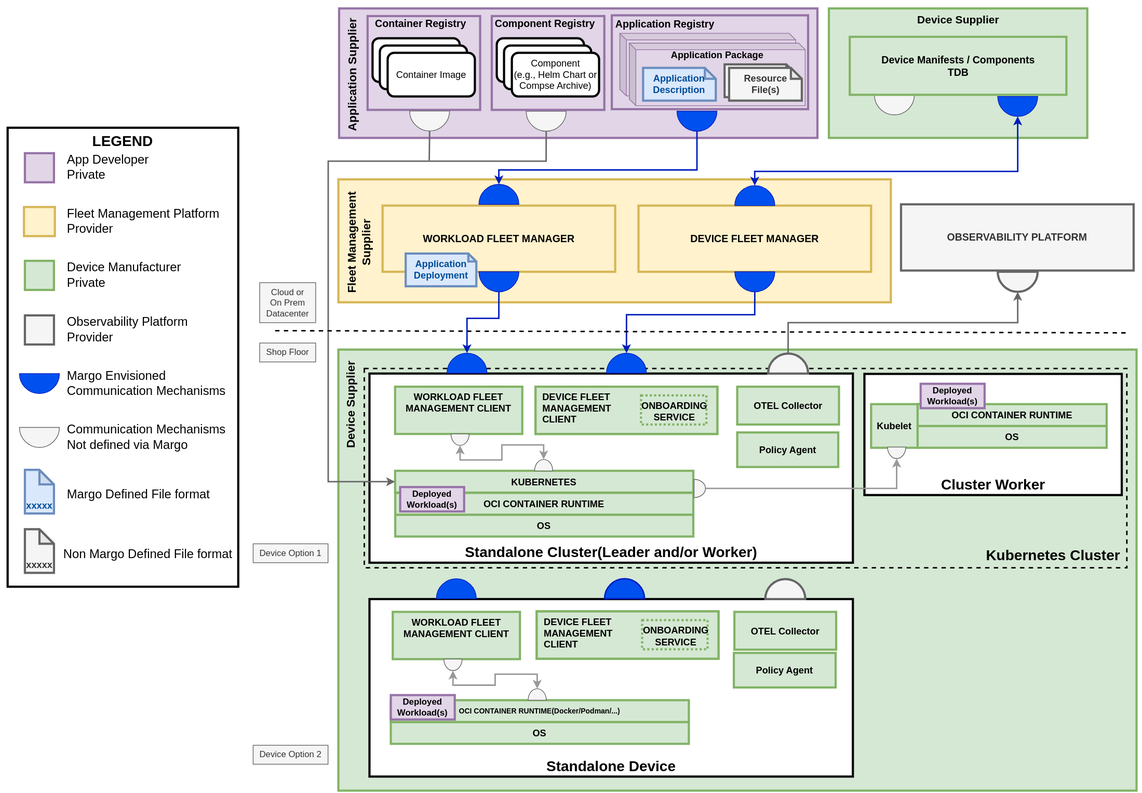
This is system-design/figures/System-design.drawio.svg from margo/general_website_content, a draw.io export, as it was before one commit. Source tidied: cells renumbered, new cells last; positions are measured from the earlier drawing's top-left corner, leaving out a move shared by most shapes.
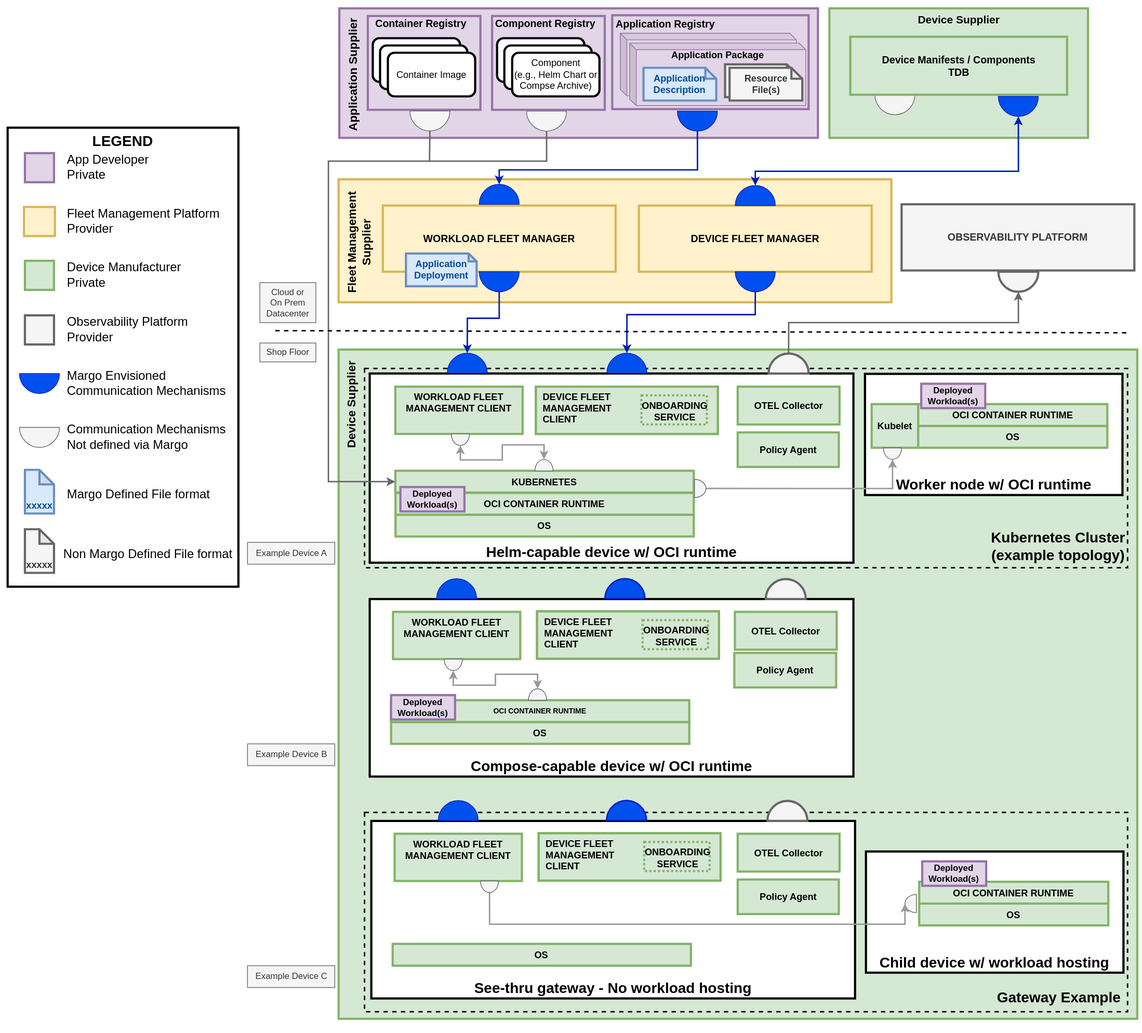
Above is the later version.

Commit message:
Initial creation of content to remove device roles and replace with device capabilities.

What changed in the source:
```diff
@@ -3,13 +3,13 @@
     <mxCell id="0" />
     <mxCell id="1" parent="0" />
     <mxCell id="2" style="rounded=0;whiteSpace=wrap;html=1;strokeColor=none;" parent="1" vertex="1">
-      <mxGeometry width="1570" height="1090" as="geometry" />
+      <mxGeometry width="1570" height="1420" as="geometry" />
     </mxCell>
     <mxCell id="3" style="rounded=0;whiteSpace=wrap;html=1;fillColor=#fff2cc;strokeColor=#d6b656;strokeWidth=3;" parent="1" vertex="1">
       <mxGeometry x="465" y="246" width="760" height="169" as="geometry" />
     </mxCell>
     <mxCell id="4" style="rounded=0;whiteSpace=wrap;html=1;fillColor=#d5e8d4;strokeColor=#82b366;strokeWidth=3;" parent="1" vertex="1">
-      <mxGeometry x="465" y="480" width="1098" height="606.4" as="geometry" />
+      <mxGeometry x="465" y="480" width="1098" height="920" as="geometry" />
     </mxCell>
     <mxCell id="5" style="whiteSpace=wrap;align=center;verticalAlign=top;fontStyle=1;strokeWidth=3;fillColor=#e1d5e7;strokeColor=#9673a6;fontSize=15;rounded=0;fontFamily=Helvetica;" parent="1" vertex="1">
       <mxGeometry x="466" y="11" width="658" height="178" as="geometry" />
@@ -20,7 +20,7 @@
     <mxCell id="7" style="rounded=0;whiteSpace=wrap;html=1;fillColor=none;dashed=1;strokeWidth=2;fontStyle=0;" parent="1" vertex="1">
       <mxGeometry x="500.7" y="506" width="1049" height="274" as="geometry" />
     </mxCell>
-    <mxCell id="8" value="Standalone Cluster(Leader and/or Worker)" style="whiteSpace=wrap;align=center;verticalAlign=bottom;fontStyle=1;strokeWidth=3;fontSize=20;rounded=0;fontFamily=Helvetica;" parent="1" vertex="1">
+    <mxCell id="8" value="Helm-capable device w/ OCI runtime" style="whiteSpace=wrap;align=center;verticalAlign=bottom;fontStyle=1;strokeWidth=3;fontSize=20;rounded=0;fontFamily=Helvetica;" parent="1" vertex="1">
       <mxGeometry x="507.8" y="512.9" width="665" height="260.1" as="geometry" />
     </mxCell>
     <mxCell id="9" style="edgeStyle=orthogonalEdgeStyle;rounded=0;jettySize=auto;html=1;exitX=0.5;exitY=1;exitDx=0;exitDy=0;exitPerimeter=0;entryX=0.5;entryY=1;entryDx=0;entryDy=0;entryPerimeter=0;fillColor=#0050ef;strokeColor=#001DBC;strokeWidth=2;startArrow=none;startFill=0;fontFamily=Helvetica;fontStyle=0;" parent="1" edge="1" source="10" target="12">
@@ -66,7 +66,7 @@
     <mxCell id="19" style="verticalLabelPosition=bottom;verticalAlign=middle;html=1;shape=mxgraph.basic.half_circle;fillColor=#f5f5f5;strokeColor=#666666;rounded=0;fontColor=#333333;fontFamily=Helvetica;fontStyle=1;strokeWidth=3;align=center;fontSize=12;" parent="1" vertex="1">
       <mxGeometry x="1372" y="373" width="55" height="27.5" as="geometry" />
     </mxCell>
-    <mxCell id="20" value="Cluster Worker" style="whiteSpace=wrap;align=center;verticalAlign=bottom;fontStyle=1;strokeWidth=3;fontSize=20;rounded=0;fontFamily=Helvetica;" parent="1" vertex="1">
+    <mxCell id="20" value="Worker node w/ OCI runtime" style="whiteSpace=wrap;align=center;verticalAlign=bottom;fontStyle=1;strokeWidth=3;fontSize=20;rounded=0;fontFamily=Helvetica;" parent="1" vertex="1">
       <mxGeometry x="1188.7" y="513.4" width="354" height="166.6" as="geometry" />
     </mxCell>
     <mxCell id="21" value="Kubelet" style="whiteSpace=wrap;align=center;verticalAlign=middle;fontStyle=1;strokeWidth=3;fontSize=13;rounded=0;fillColor=#d5e8d4;strokeColor=#82b366;fontFamily=Helvetica;" parent="1" vertex="1">
@@ -78,7 +78,7 @@
     <mxCell id="23" style="verticalLabelPosition=bottom;verticalAlign=top;html=1;shape=mxgraph.basic.half_circle;fillColor=#f5f5f5;rotation=-180;rounded=0;fontFamily=Helvetica;fontColor=#333333;strokeColor=#666666;fontStyle=0;" parent="1" vertex="1">
       <mxGeometry x="734.9" y="631" width="25" height="15.8" as="geometry" />
     </mxCell>
-    <mxCell id="24" value="Standalone Device" style="whiteSpace=wrap;align=center;verticalAlign=bottom;fontStyle=1;strokeWidth=3;fontSize=20;rounded=0;fontFamily=Helvetica;" parent="1" vertex="1">
+    <mxCell id="24" value="Compose-capable device w/ OCI runtime" style="whiteSpace=wrap;align=center;verticalAlign=bottom;fontStyle=1;strokeWidth=3;fontSize=20;rounded=0;fontFamily=Helvetica;" parent="1" vertex="1">
       <mxGeometry x="507.8" y="823" width="665" height="244" as="geometry" />
     </mxCell>
     <mxCell id="25" value="OTEL Collector" style="whiteSpace=wrap;align=center;verticalAlign=middle;fontStyle=1;strokeWidth=3;fontSize=13;rounded=0;fillColor=#d5e8d4;strokeColor=#82b366;fontFamily=Helvetica;" parent="1" vertex="1">
@@ -94,7 +94,7 @@
       <mxGeometry x="599.8" y="795" width="55" height="27.5" as="geometry" />
     </mxCell>
     <mxCell id="29" style="verticalLabelPosition=bottom;verticalAlign=top;html=1;shape=mxgraph.basic.half_circle;fillColor=#f5f5f5;rotation=0;rounded=0;fontFamily=Helvetica;fontColor=#333333;strokeColor=#666666;fontStyle=0;" parent="1" vertex="1">
-      <mxGeometry x="1220.5" y="614.1" width="25" height="15.8" as="geometry" />
+      <mxGeometry x="1214" y="615.2" width="25" height="15.8" as="geometry" />
     </mxCell>
     <mxCell id="30" value="Policy Agent" style="whiteSpace=wrap;align=center;verticalAlign=middle;fontStyle=1;strokeWidth=3;fontSize=13;rounded=0;fillColor=#d5e8d4;strokeColor=#82b366;fontFamily=Helvetica;" parent="1" vertex="1">
       <mxGeometry x="1013.7" y="593.9" width="139" height="47.5" as="geometry" />
@@ -135,8 +135,8 @@
     <mxCell id="42" style="verticalLabelPosition=bottom;verticalAlign=top;html=1;shape=mxgraph.basic.half_circle;fillColor=#f5f5f5;rotation=-180;rounded=0;fontFamily=Helvetica;fontColor=#333333;strokeColor=#666666;direction=west;fontStyle=0;" parent="1" vertex="1">
       <mxGeometry x="619.9" y="596" width="25" height="15.8" as="geometry" />
     </mxCell>
-    <mxCell id="43" value="&lt;font style=&quot;font-size: 20px;&quot;&gt;&lt;b&gt;Kubernetes Cluster&lt;/b&gt;&lt;/font&gt;" style="text;html=1;align=center;verticalAlign=middle;strokeColor=none;fillColor=none;fontStyle=0;" parent="1" vertex="1">
-      <mxGeometry x="1346.7" y="743.7" width="203" height="36" as="geometry" />
+    <mxCell id="43" value="&lt;font style=&quot;font-size: 20px;&quot;&gt;&lt;b&gt;Kubernetes Cluster&lt;/b&gt;&lt;/font&gt;&lt;div&gt;&lt;font style=&quot;font-size: 20px;&quot;&gt;&lt;b&gt;(example topology)&lt;/b&gt;&lt;/font&gt;&lt;/div&gt;" style="text;html=1;align=center;verticalAlign=middle;strokeColor=none;fillColor=none;fontStyle=0;" parent="1" vertex="1">
+      <mxGeometry x="1349" y="720" width="210" height="60" as="geometry" />
     </mxCell>
     <mxCell id="44" style="edgeStyle=orthogonalEdgeStyle;rounded=0;jettySize=auto;html=1;strokeColor=#666666;strokeWidth=2;align=center;verticalAlign=middle;fontFamily=Helvetica;fontSize=11;fontColor=default;labelBackgroundColor=default;elbow=horizontal;startArrow=none;startFill=0;endArrow=classic;endFill=1;fillColor=#f5f5f5;exitX=0.5;exitY=1;exitDx=0;exitDy=0;exitPerimeter=0;fontStyle=0;entryX=0;entryY=0.5;entryDx=0;entryDy=0;" parent="1" edge="1" source="48" target="16">
       <mxGeometry relative="1" as="geometry">
@@ -203,11 +203,11 @@
     <mxCell id="60" value="Policy Agent" style="whiteSpace=wrap;align=center;verticalAlign=middle;fontStyle=1;strokeWidth=3;fontSize=13;rounded=0;fillColor=#d5e8d4;strokeColor=#82b366;fontFamily=Helvetica;" parent="1" vertex="1">
       <mxGeometry x="1009" y="897" width="140" height="47.5" as="geometry" />
     </mxCell>
-    <mxCell id="61" value="Device Option 1" style="text;html=1;align=center;verticalAlign=middle;strokeColor=#666666;fillColor=#f5f5f5;fontColor=#333333;fontStyle=0;" parent="1" vertex="1">
-      <mxGeometry x="347.8" y="747" width="103" height="26" as="geometry" />
+    <mxCell id="61" value="Example Device A" style="text;html=1;align=center;verticalAlign=middle;strokeColor=#666666;fillColor=#f5f5f5;fontColor=#333333;fontStyle=0;" parent="1" vertex="1">
+      <mxGeometry x="339.8" y="745" width="120" height="30" as="geometry" />
     </mxCell>
-    <mxCell id="62" value="Device Option 2" style="text;html=1;align=center;verticalAlign=middle;strokeColor=#666666;fillColor=#f5f5f5;fontColor=#333333;fontStyle=0;" parent="1" vertex="1">
-      <mxGeometry x="347.8" y="1024" width="103" height="26" as="geometry" />
+    <mxCell id="62" value="Example Device B" style="text;html=1;align=center;verticalAlign=middle;strokeColor=#666666;fillColor=#f5f5f5;fontColor=#333333;fontStyle=0;" parent="1" vertex="1">
+      <mxGeometry x="339.8" y="1022" width="120" height="30" as="geometry" />
     </mxCell>
     <mxCell id="63" style="group;" parent="1" vertex="1">
       <mxGeometry x="543.2" y="677" width="410" height="60" as="geometry" />
@@ -227,7 +227,7 @@
     <mxCell id="68" value="OS" style="whiteSpace=wrap;align=center;verticalAlign=middle;fontStyle=1;strokeWidth=3;fillColor=#d5e8d4;strokeColor=#82b366;fontSize=13;rounded=0;spacingRight=5;spacingLeft=5;fontFamily=Helvetica;" parent="67" vertex="1">
       <mxGeometry y="30" width="410" height="30" as="geometry" />
     </mxCell>
-    <mxCell id="69" value="OCI CONTAINER RUNTIME(Docker/Podman/...)" style="whiteSpace=wrap;align=center;verticalAlign=middle;fontStyle=1;strokeWidth=3;fillColor=#d5e8d4;strokeColor=#82b366;fontSize=10;rounded=0;spacingRight=5;spacingLeft=5;fontFamily=Helvetica;" parent="67" vertex="1">
+    <mxCell id="69" value="OCI CONTAINER RUNTIME" style="whiteSpace=wrap;align=center;verticalAlign=middle;fontStyle=1;strokeWidth=3;fillColor=#d5e8d4;strokeColor=#82b366;fontSize=10;rounded=0;spacingRight=5;spacingLeft=5;fontFamily=Helvetica;" parent="67" vertex="1">
       <mxGeometry width="410" height="30" as="geometry" />
     </mxCell>
     <mxCell id="70" value="Deployed&lt;div&gt;Workload(s)&lt;/div&gt;" style="rounded=0;whiteSpace=wrap;html=1;strokeColor=#9673a6;strokeWidth=3;align=center;verticalAlign=middle;fontFamily=Helvetica;fontSize=12;fontColor=default;fontStyle=1;fillColor=#e1d5e7;" parent="67" vertex="1">
@@ -393,5 +393,79 @@
         <mxPoint x="590" y="220" as="targetPoint" />
       </mxGeometry>
     </mxCell>
+    <mxCell id="122" value="Example Device C" style="text;html=1;align=center;verticalAlign=middle;strokeColor=#666666;fillColor=#f5f5f5;fontColor=#333333;fontStyle=0;" parent="1" vertex="1">
+      <mxGeometry x="339.8" y="1327" width="120" height="30" as="geometry" />
+    </mxCell>
+    <mxCell id="123" style="rounded=0;whiteSpace=wrap;html=1;fillColor=none;dashed=1;strokeWidth=2;fontStyle=0;" parent="1" vertex="1">
+      <mxGeometry x="500.7" y="1116.3" width="1049" height="274" as="geometry" />
+    </mxCell>
+    <mxCell id="124" value="See-thru gateway - No workload hosting" style="whiteSpace=wrap;align=center;verticalAlign=bottom;fontStyle=1;strokeWidth=3;fontSize=20;rounded=0;fontFamily=Helvetica;" parent="1" vertex="1">
+      <mxGeometry x="510" y="1128" width="665" height="244" as="geometry" />
+    </mxCell>
+    <mxCell id="125" value="WORKLOAD FLEET MANAGEMENT CLIENT" style="whiteSpace=wrap;align=center;verticalAlign=top;fontStyle=1;strokeWidth=3;fontSize=13;rounded=0;fontFamily=Helvetica;fillColor=#d5e8d4;strokeColor=#82b366;" parent="1" vertex="1">
+      <mxGeometry x="542" y="1145.6" width="175" height="65" as="geometry" />
+    </mxCell>
+    <mxCell id="126" style="group;fillColor=#d5e8d4;strokeColor=#82b366;rounded=0;strokeWidth=3;align=left;verticalAlign=top;fontFamily=Helvetica;fontSize=13;fontColor=default;fontStyle=1;" parent="1" vertex="1">
+      <mxGeometry x="740.1" y="1145" width="250" height="65" as="geometry" />
+    </mxCell>
+    <mxCell id="127" style="group;rounded=0;strokeColor=#82b366;strokeWidth=3;align=center;verticalAlign=top;fontFamily=Helvetica;fontSize=13;fontColor=default;fontStyle=1;fillColor=#d5e8d4;" parent="126" vertex="1">
+      <mxGeometry width="250" height="65" as="geometry" />
+    </mxCell>
+    <mxCell id="128" value="DEVICE FLEET &#10;MANAGEMENT&#10;CLIENT" style="whiteSpace=wrap;align=left;verticalAlign=top;fontStyle=1;strokeWidth=3;fillColor=#d5e8d4;strokeColor=#82b366;fontSize=13;rounded=0;spacingRight=5;spacingLeft=8;fontColor=default;fontFamily=Helvetica;" parent="127" vertex="1">
+      <mxGeometry width="250" height="65" as="geometry" />
+    </mxCell>
+    <mxCell id="129" value="ONBOARDING SERVICE" style="whiteSpace=wrap;align=center;verticalAlign=top;fontStyle=1;strokeWidth=3;fillColor=#d5e8d4;strokeColor=#82b366;fontSize=13;rounded=0;spacingRight=5;spacingLeft=8;fontColor=default;dashed=1;dashPattern=1 1;fontFamily=Helvetica;" parent="127" vertex="1">
+      <mxGeometry x="145" y="12" width="90" height="40" as="geometry" />
+    </mxCell>
+    <mxCell id="130" value="OS" style="whiteSpace=wrap;align=center;verticalAlign=middle;fontStyle=1;strokeWidth=3;fillColor=#d5e8d4;strokeColor=#82b366;fontSize=13;rounded=0;spacingRight=5;spacingLeft=5;fontFamily=Helvetica;" parent="1" vertex="1">
+      <mxGeometry x="539.3" y="1297" width="410" height="30" as="geometry" />
+    </mxCell>
+    <mxCell id="131" value="Child device w/ workload hosting" style="whiteSpace=wrap;align=center;verticalAlign=bottom;fontStyle=1;strokeWidth=3;fontSize=20;rounded=0;fontFamily=Helvetica;" parent="1" vertex="1">
+      <mxGeometry x="1190" y="1170" width="354" height="166.6" as="geometry" />
+    </mxCell>
+    <mxCell id="132" style="verticalLabelPosition=bottom;verticalAlign=top;html=1;shape=mxgraph.basic.half_circle;fillColor=#f5f5f5;rotation=90;rounded=0;fontFamily=Helvetica;fontColor=#333333;strokeColor=#666666;fontStyle=0;" parent="1" vertex="1">
+      <mxGeometry x="1239" y="1233.7" width="25" height="15.8" as="geometry" />
+    </mxCell>
+    <mxCell id="133" style="group;" parent="1" vertex="1">
+      <mxGeometry x="1263.2" y="1211.6" width="260" height="60" as="geometry" />
+    </mxCell>
+    <mxCell id="134" value="OS" style="whiteSpace=wrap;align=center;verticalAlign=middle;fontStyle=1;strokeWidth=3;fillColor=#d5e8d4;strokeColor=#82b366;fontSize=13;rounded=0;spacingRight=5;spacingLeft=5;fontFamily=Helvetica;" parent="133" vertex="1">
+      <mxGeometry y="30" width="260" height="30" as="geometry" />
+    </mxCell>
+    <mxCell id="135" value="OCI CONTAINER RUNTIME" style="whiteSpace=wrap;align=center;verticalAlign=middle;fontStyle=1;strokeWidth=3;fillColor=#d5e8d4;strokeColor=#82b366;fontSize=13;rounded=0;spacingRight=5;spacingLeft=5;fontFamily=Helvetica;" parent="133" vertex="1">
+      <mxGeometry width="260" height="30" as="geometry" />
+    </mxCell>
+    <mxCell id="136" value="Deployed&lt;div&gt;Workload(s)&lt;/div&gt;" style="rounded=0;whiteSpace=wrap;html=1;strokeColor=#9673a6;strokeWidth=3;align=center;verticalAlign=middle;fontFamily=Helvetica;fontSize=12;fontColor=default;fontStyle=1;fillColor=#e1d5e7;" parent="1" vertex="1">
+      <mxGeometry x="1267.3" y="1183.6" width="88" height="33.6" as="geometry" />
+    </mxCell>
+    <mxCell id="137" style="edgeStyle=orthogonalEdgeStyle;rounded=0;jettySize=auto;html=1;exitX=0.5;exitY=1;exitDx=0;exitDy=0;exitPerimeter=0;entryX=0.5;entryY=1;entryDx=0;entryDy=0;entryPerimeter=0;strokeColor=#999999;strokeWidth=2;align=center;verticalAlign=middle;fontFamily=Helvetica;fontSize=11;fontColor=default;labelBackgroundColor=default;startArrow=none;startFill=0;endArrow=classic;fillColor=#dae8fc;fontStyle=0;elbow=horizontal;endFill=1;" parent="1" edge="1" source="138" target="132">
+      <mxGeometry relative="1" as="geometry">
+        <Array as="points">
+          <mxPoint x="673" y="1270" />
+          <mxPoint x="1244" y="1270" />
+        </Array>
+      </mxGeometry>
+    </mxCell>
+    <mxCell id="138" style="verticalLabelPosition=bottom;verticalAlign=top;html=1;shape=mxgraph.basic.half_circle;fillColor=#f5f5f5;rotation=-180;rounded=0;fontFamily=Helvetica;fontColor=#333333;strokeColor=#666666;direction=west;fontStyle=0;" parent="1" vertex="1">
+      <mxGeometry x="660" y="1210.6" width="25" height="15.8" as="geometry" />
+    </mxCell>
+    <mxCell id="139" value="&lt;span style=&quot;font-size: 20px;&quot;&gt;&lt;b&gt;Gateway Example&lt;/b&gt;&lt;/span&gt;" style="text;html=1;align=center;verticalAlign=middle;strokeColor=none;fillColor=none;fontStyle=0;" parent="1" vertex="1">
+      <mxGeometry x="1359.7" y="1350.3" width="190" height="40" as="geometry" />
+    </mxCell>
+    <mxCell id="140" style="verticalLabelPosition=bottom;verticalAlign=top;html=1;shape=mxgraph.basic.half_circle;fillColor=#0050ef;rotation=-180;rounded=0;fontFamily=Helvetica;fontColor=#ffffff;strokeColor=#001DBC;fontStyle=0;" parent="1" vertex="1">
+      <mxGeometry x="602" y="1100" width="55" height="27.5" as="geometry" />
+    </mxCell>
+    <mxCell id="141" style="verticalLabelPosition=bottom;verticalAlign=middle;html=1;shape=mxgraph.basic.half_circle;fillColor=#0050ef;strokeColor=#001DBC;rounded=0;fontColor=default;rotation=-180;fontFamily=Helvetica;strokeWidth=2;align=center;fontSize=11;labelBackgroundColor=default;fontStyle=0;" parent="1" vertex="1">
+      <mxGeometry x="833.4" y="1100" width="55" height="27.5" as="geometry" />
+    </mxCell>
+    <mxCell id="142" style="verticalLabelPosition=bottom;verticalAlign=middle;html=1;shape=mxgraph.basic.half_circle;fillColor=#f5f5f5;strokeColor=#666666;rounded=0;fontColor=#333333;rotation=-180;fontFamily=Helvetica;fontStyle=1;strokeWidth=3;align=center;fontSize=12;" parent="1" vertex="1">
+      <mxGeometry x="1054.5" y="1100.5" width="55" height="27.5" as="geometry" />
+    </mxCell>
+    <mxCell id="143" value="Policy Agent" style="whiteSpace=wrap;align=center;verticalAlign=middle;fontStyle=1;strokeWidth=3;fontSize=13;rounded=0;fillColor=#d5e8d4;strokeColor=#82b366;fontFamily=Helvetica;" parent="1" vertex="1">
+      <mxGeometry x="1013.7" y="1208.5" width="139" height="47.5" as="geometry" />
+    </mxCell>
+    <mxCell id="144" value="OTEL Collector" style="whiteSpace=wrap;align=center;verticalAlign=middle;fontStyle=1;strokeWidth=3;fontSize=13;rounded=0;fillColor=#d5e8d4;strokeColor=#82b366;fontFamily=Helvetica;" parent="1" vertex="1">
+      <mxGeometry x="1013.7" y="1145.6" width="140" height="52" as="geometry" />
+    </mxCell>
   </root>
 </mxGraphModel>
```
